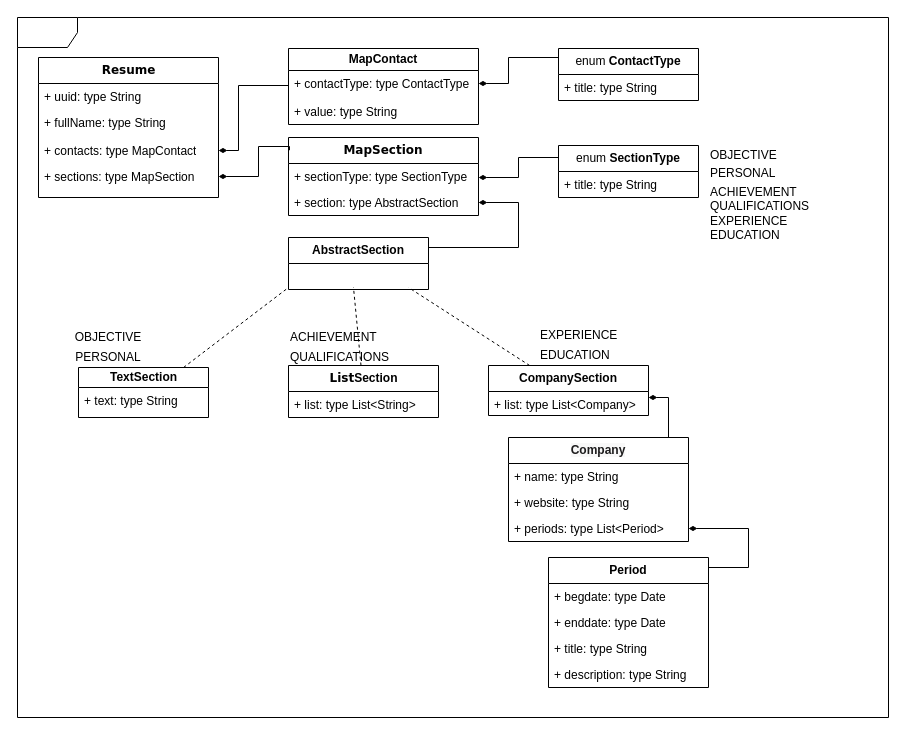
Before: ResumeModel.drawio in sasjava/basejava, a draw.io diagram. Source tidied: cells renumbered, new cells numbered last; positions are measured from the earlier drawing's top-left corner, leaving out a move shared by most shapes. Both pictures are drawn from the tidied source at 100%, with x=0, y=0 at pixel (17, 17).
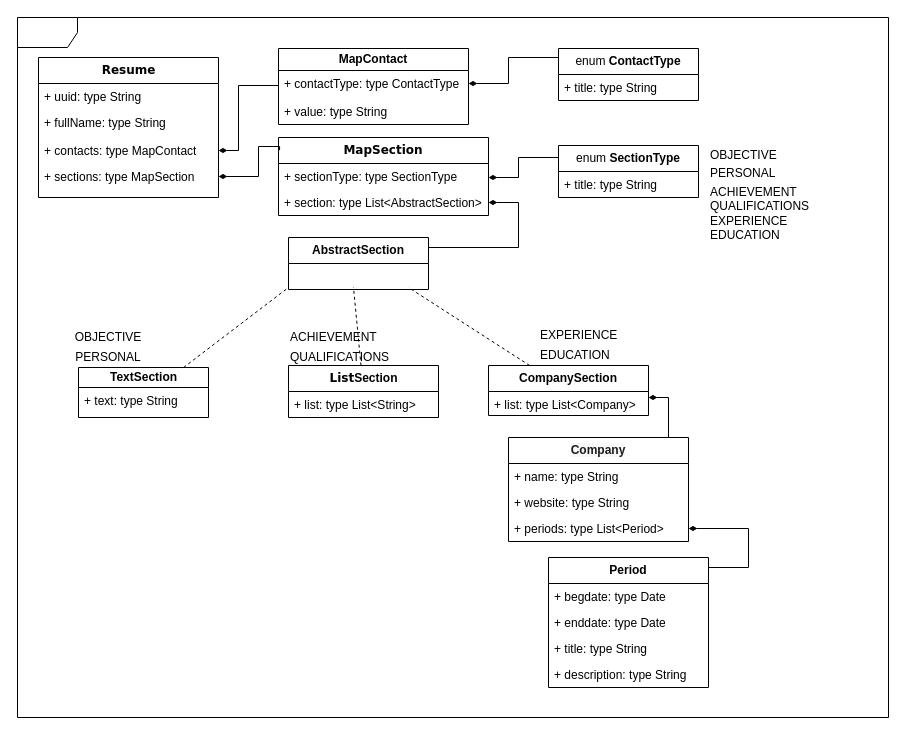
The same diagram, later.

The edit, as a diff of the source:
```diff
@@
     <mxCell id="12" value="&lt;b&gt;MapContact&lt;/b&gt;" style="swimlane;fontStyle=0;horizontal=1;startSize=22;fillColor=none;whiteSpace=wrap;html=1;" parent="1" vertex="1">
-      <mxGeometry x="271" y="31" width="190" height="76" as="geometry" />
+      <mxGeometry x="261" y="31" width="190" height="76" as="geometry" />
     </mxCell>
@@
     <mxCell id="16" value="&lt;span style=&quot;font-family: Verdana; text-wrap-mode: nowrap;&quot;&gt;&lt;b&gt;MapSection&lt;/b&gt;&lt;/span&gt;" style="swimlane;fontStyle=0;horizontal=1;startSize=26;fillColor=none;whiteSpace=wrap;html=1;" parent="1" vertex="1">
-      <mxGeometry x="271" y="120" width="190" height="78" as="geometry" />
+      <mxGeometry x="261" y="120" width="210" height="78" as="geometry" />
     </mxCell>
     <mxCell id="17" value="+ sectionType: type SectionType" style="text;strokeColor=none;fillColor=none;align=left;verticalAlign=top;spacingLeft=4;spacingRight=4;overflow=hidden;whiteSpace=wrap;html=1;" parent="16" vertex="1">
-      <mxGeometry y="26" width="190" height="26" as="geometry" />
+      <mxGeometry y="26" width="210" height="26" as="geometry" />
     </mxCell>
-    <mxCell id="18" value="+ section: type AbstractSection" style="text;strokeColor=none;fillColor=none;align=left;verticalAlign=top;spacingLeft=4;spacingRight=4;overflow=hidden;points=[[0,0.5],[1,0.5]];portConstraint=eastwest;whiteSpace=wrap;html=1;" parent="16" vertex="1">
-      <mxGeometry y="52" width="190" height="26" as="geometry" />
+    <mxCell id="18" value="+ section: type List&amp;lt;AbstractSection&amp;gt;" style="text;strokeColor=none;fillColor=none;align=left;verticalAlign=top;spacingLeft=4;spacingRight=4;overflow=hidden;points=[[0,0.5],[1,0.5]];portConstraint=eastwest;whiteSpace=wrap;html=1;" parent="16" vertex="1">
+      <mxGeometry y="52" width="210" height="26" as="geometry" />
     </mxCell>
```
